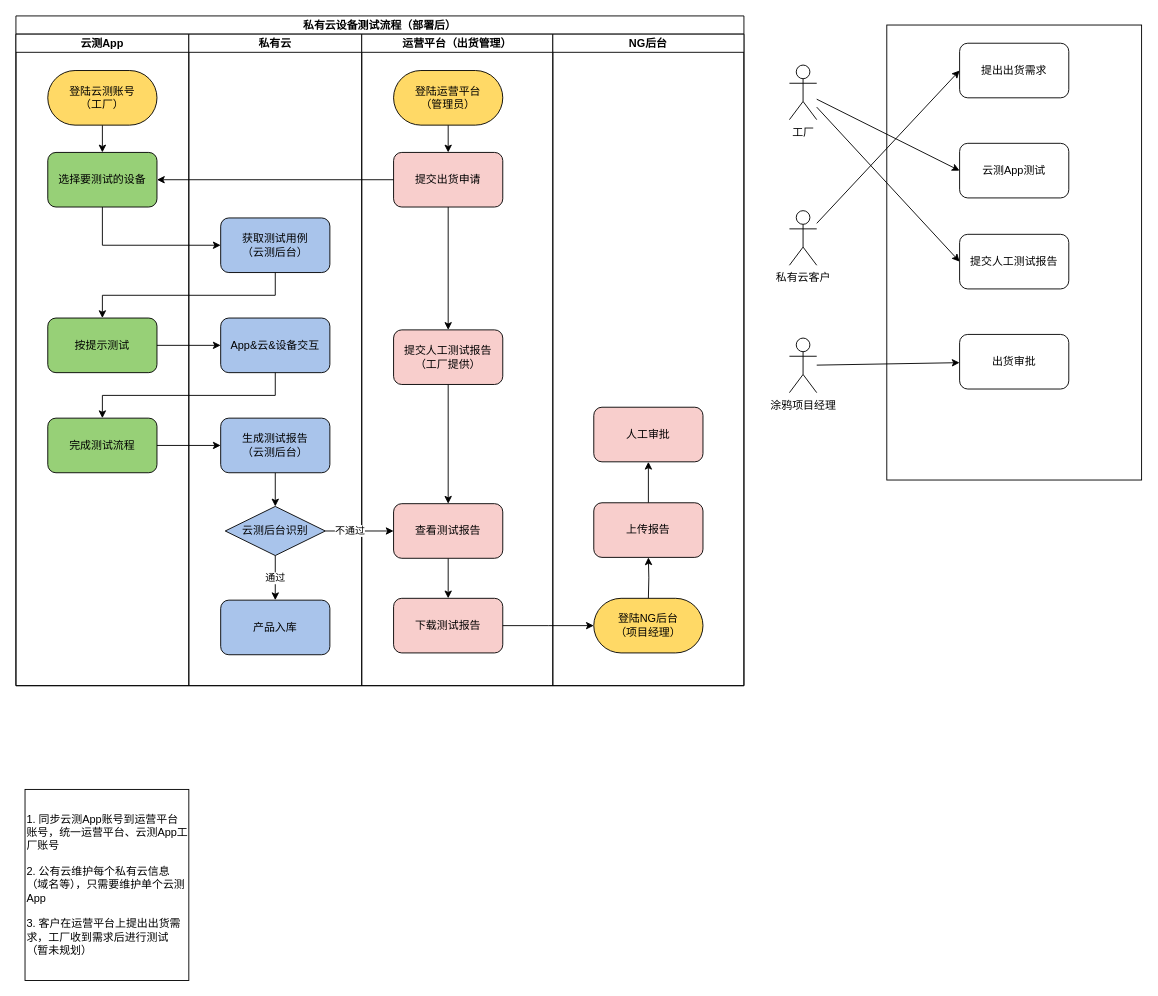
Earlier version of the draw.io diagram page "出货流程" (4 of 4) of Cube_workflow.drawio (Sidamor/drawio). Source tidied: cells renumbered, new cells numbered last; positions are measured from the earlier drawing's top-left corner, leaving out a move shared by most shapes. Both pictures are drawn from the tidied source at 91%, with x=0, y=0 at pixel (15, 15).
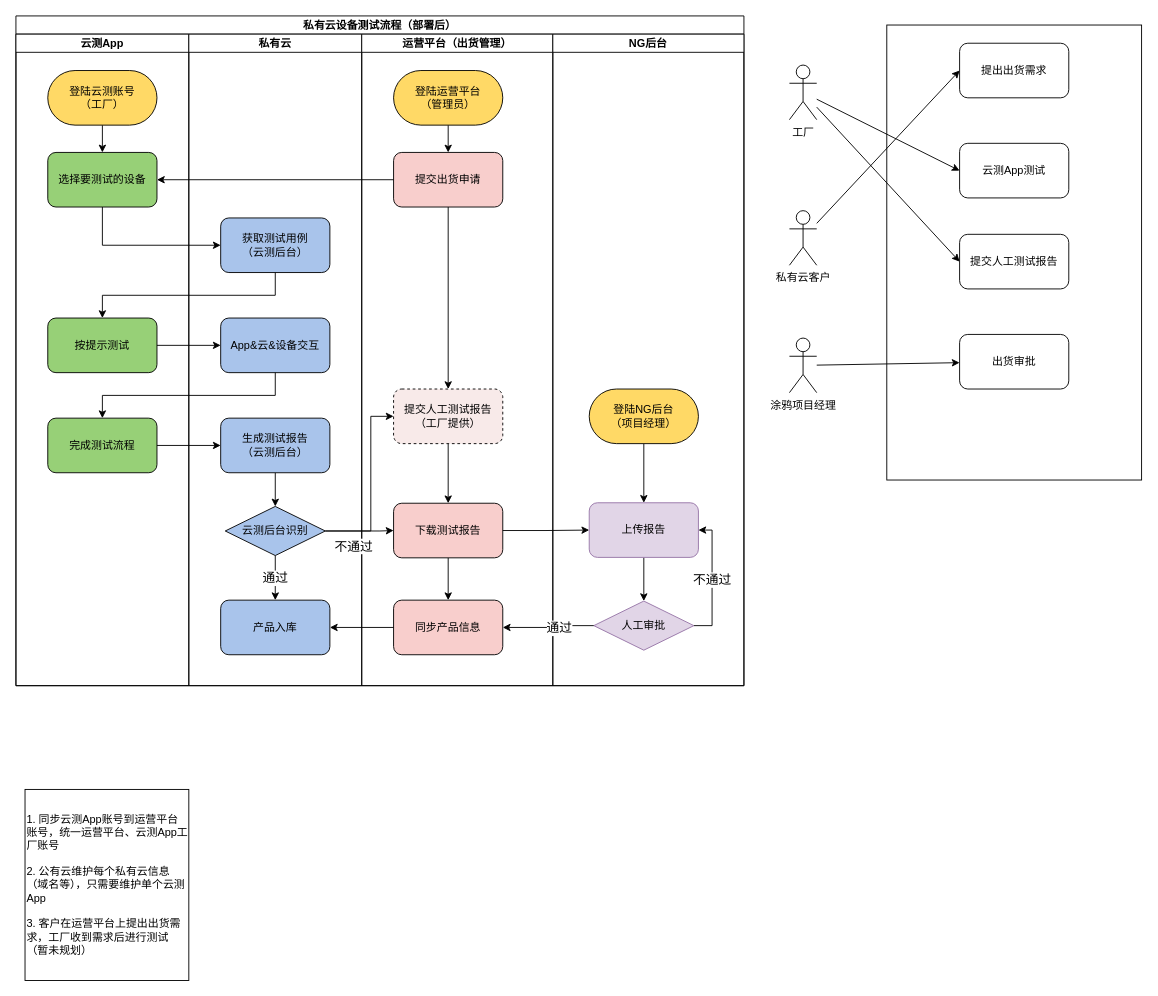
Above is the later version.

Unchanged cells that the change refers to:
```xml
<mxCell id="15" value="私有云设备测试流程（部署后）" style="swimlane;startSize=20;" parent="1" vertex="1">
  <mxGeometry width="800" height="736" as="geometry" />
</mxCell>
<mxCell id="22" value="私有云" style="swimlane;startSize=20;" parent="15" vertex="1">
  <mxGeometry x="190" y="20" width="190" height="716" as="geometry" />
</mxCell>
<mxCell id="28" value="云测后台识别" style="rhombus;whiteSpace=wrap;html=1;fillColor=#A9C4EB;" parent="22" vertex="1">
  <mxGeometry x="40" y="519" width="110" height="54" as="geometry" />
</mxCell>
<mxCell id="29" value="产品入库" style="rounded=1;whiteSpace=wrap;html=1;fillColor=#A9C4EB;" parent="22" vertex="1">
  <mxGeometry x="35" y="622" width="120" height="60" as="geometry" />
</mxCell>
<mxCell id="30" value="运营平台（出货管理）" style="swimlane;startSize=20;" parent="15" vertex="1">
  <mxGeometry x="380" y="20" width="210" height="716" as="geometry" />
</mxCell>
<mxCell id="40" value="NG后台" style="swimlane;startSize=20;" parent="15" vertex="1">
  <mxGeometry x="590" y="20" width="210" height="716" as="geometry" />
</mxCell>
```

What changed in the source:
```diff
@@
-    <mxCell id="27" value="通过" style="edgeStyle=orthogonalEdgeStyle;rounded=0;jettySize=auto;html=1;exitX=0.5;exitY=1;exitDx=0;exitDy=0;startArrow=none;startFill=0;" parent="22" edge="1" source="28" target="29">
+    <mxCell id="27" value="通过" style="edgeStyle=orthogonalEdgeStyle;rounded=0;jettySize=auto;html=1;exitX=0.5;exitY=1;exitDx=0;exitDy=0;startArrow=none;startFill=0;fontSize=14;" parent="22" edge="1" source="28" target="29">
       <mxGeometry relative="1" as="geometry" />
     </mxCell>
@@
-    <mxCell id="31" style="edgeStyle=orthogonalEdgeStyle;rounded=0;jettySize=auto;html=1;startArrow=none;startFill=0;" parent="30" edge="1" source="32" target="39">
+    <mxCell id="31" style="edgeStyle=orthogonalEdgeStyle;rounded=0;jettySize=auto;html=1;startArrow=none;startFill=0;exitX=0.5;exitY=1;exitDx=0;exitDy=0;" parent="30" edge="1" source="38" target="39">
       <mxGeometry relative="1" as="geometry" />
     </mxCell>
-    <mxCell id="32" value="查看测试报告" style="rounded=1;whiteSpace=wrap;html=1;fillColor=#F8CECC;" parent="30" vertex="1">
-      <mxGeometry x="35" y="516" width="120" height="60" as="geometry" />
-    </mxCell>
@@
-    <mxCell id="37" style="edgeStyle=orthogonalEdgeStyle;rounded=0;jettySize=auto;html=1;exitX=0.5;exitY=1;exitDx=0;exitDy=0;startArrow=none;startFill=0;" parent="30" edge="1" source="38" target="32">
-      <mxGeometry relative="1" as="geometry" />
-    </mxCell>
-    <mxCell id="38" value="提交人工测试报告&lt;br&gt;（工厂提供）" style="rounded=1;whiteSpace=wrap;html=1;fillColor=#F8CECC;" parent="30" vertex="1">
-      <mxGeometry x="35" y="325" width="120" height="60" as="geometry" />
+    <mxCell id="38" value="提交人工测试报告&lt;br&gt;（工厂提供）" style="rounded=1;whiteSpace=wrap;html=1;fillColor=#F8EAE9;dashed=1;" parent="30" vertex="1">
+      <mxGeometry x="35" y="390" width="120" height="60" as="geometry" />
     </mxCell>
+    <mxCell id="56" style="edgeStyle=orthogonalEdgeStyle;rounded=0;jettySize=auto;html=1;startArrow=none;startFill=0;" parent="30" edge="1" source="39" target="57">
+      <mxGeometry relative="1" as="geometry" />
+    </mxCell>
     <mxCell id="39" value="下载测试报告" style="rounded=1;whiteSpace=wrap;html=1;fillColor=#F8CECC;" parent="30" vertex="1">
-      <mxGeometry x="35" y="620" width="120" height="60" as="geometry" />
+      <mxGeometry x="35" y="515.5" width="120" height="60" as="geometry" />
     </mxCell>
+    <mxCell id="57" value="同步产品信息" style="rounded=1;whiteSpace=wrap;html=1;fillColor=#F8CECC;" parent="30" vertex="1">
+      <mxGeometry x="35" y="622" width="120" height="60" as="geometry" />
+    </mxCell>
@@
-    <mxCell id="41" style="edgeStyle=orthogonalEdgeStyle;rounded=0;jettySize=auto;html=1;startArrow=none;startFill=0;" parent="40" edge="1" source="42" target="44">
+    <mxCell id="41" style="edgeStyle=orthogonalEdgeStyle;rounded=0;jettySize=auto;html=1;startArrow=none;startFill=0;entryX=0.5;entryY=0;entryDx=0;entryDy=0;" parent="40" edge="1" source="42" target="44">
       <mxGeometry relative="1" as="geometry" />
     </mxCell>
-    <mxCell id="42" value="上传报告" style="rounded=1;whiteSpace=wrap;html=1;fillColor=#F8CECC;" parent="40" vertex="1">
-      <mxGeometry x="45" y="515" width="120" height="60" as="geometry" />
+    <mxCell id="42" value="上传报告" style="rounded=1;whiteSpace=wrap;html=1;fillColor=#e1d5e7;strokeColor=#9673a6;" parent="40" vertex="1">
+      <mxGeometry x="40" y="515" width="120" height="60" as="geometry" />
     </mxCell>
-    <mxCell id="43" style="edgeStyle=orthogonalEdgeStyle;rounded=0;jettySize=auto;html=1;exitX=0.5;exitY=0;exitDx=0;exitDy=0;entryX=0.5;entryY=1;entryDx=0;entryDy=0;startArrow=none;startFill=0;" parent="40" edge="1" target="42">
-      <mxGeometry relative="1" as="geometry">
-        <mxPoint x="105" y="620" as="sourcePoint" />
-      </mxGeometry>
-    </mxCell>
+    <mxCell id="58" style="edgeStyle=orthogonalEdgeStyle;rounded=0;jettySize=auto;html=1;exitX=0.5;exitY=1;exitDx=0;exitDy=0;entryX=0.5;entryY=0;entryDx=0;entryDy=0;startArrow=none;startFill=0;" parent="40" edge="1" source="45" target="42">
+      <mxGeometry relative="1" as="geometry" />
+    </mxCell>
+    <mxCell id="45" value="登陆NG后台&lt;br&gt;（项目经理）" style="rounded=1;whiteSpace=wrap;html=1;fillColor=#FFD966;arcSize=50;" parent="40" vertex="1">
+      <mxGeometry x="40" y="390" width="120" height="60" as="geometry" />
+    </mxCell>
+    <mxCell id="59" value="不通过" style="edgeStyle=orthogonalEdgeStyle;rounded=0;jettySize=auto;html=1;exitX=1;exitY=0.5;exitDx=0;exitDy=0;entryX=1;entryY=0.5;entryDx=0;entryDy=0;fontSize=14;startArrow=none;startFill=0;" parent="40" edge="1" source="44" target="42">
+      <mxGeometry relative="1" as="geometry" />
+    </mxCell>
-    <mxCell id="44" value="人工审批" style="rounded=1;whiteSpace=wrap;html=1;fillColor=#F8CECC;" parent="40" vertex="1">
-      <mxGeometry x="45" y="410" width="120" height="60" as="geometry" />
+    <mxCell id="44" value="人工审批" style="rhombus;whiteSpace=wrap;html=1;fillColor=#e1d5e7;strokeColor=#9673a6;" parent="40" vertex="1">
+      <mxGeometry x="45" y="623" width="110" height="54" as="geometry" />
     </mxCell>
-    <mxCell id="45" value="登陆NG后台&lt;br&gt;（项目经理）" style="rounded=1;whiteSpace=wrap;html=1;fillColor=#FFD966;arcSize=50;" parent="40" vertex="1">
-      <mxGeometry x="45" y="620" width="120" height="60" as="geometry" />
-    </mxCell>
@@
-    <mxCell id="52" style="edgeStyle=orthogonalEdgeStyle;rounded=0;jettySize=auto;html=1;exitX=1;exitY=0.5;exitDx=0;exitDy=0;entryX=0;entryY=0.5;entryDx=0;entryDy=0;startArrow=none;startFill=0;" parent="15" edge="1" source="28" target="32">
-      <mxGeometry relative="1" as="geometry" />
+    <mxCell id="52" style="edgeStyle=orthogonalEdgeStyle;rounded=0;jettySize=auto;html=1;exitX=1;exitY=0.5;exitDx=0;exitDy=0;entryX=0;entryY=0.5;entryDx=0;entryDy=0;startArrow=none;startFill=0;" parent="15" edge="1" source="28" target="38">
+      <mxGeometry relative="1" as="geometry">
+        <Array as="points">
+          <mxPoint x="390" y="566" />
+          <mxPoint x="390" y="440" />
+        </Array>
+      </mxGeometry>
     </mxCell>
-    <mxCell id="53" value="不通过" style="edgeLabel;html=1;align=center;verticalAlign=middle;" parent="52" vertex="1">
-      <mxGeometry x="-0.31" y="1" relative="1" as="geometry" />
+    <mxCell id="53" value="不通过" style="edgeLabel;html=1;align=center;verticalAlign=middle;fontSize=14;labelBackgroundColor=#FFFFFF;" parent="52" vertex="1">
+      <mxGeometry x="-0.31" y="1" relative="1" as="geometry">
+        <mxPoint x="-19" y="35" as="offset" />
+      </mxGeometry>
     </mxCell>
-    <mxCell id="54" style="edgeStyle=orthogonalEdgeStyle;rounded=0;jettySize=auto;html=1;exitX=1;exitY=0.5;exitDx=0;exitDy=0;entryX=0;entryY=0.5;entryDx=0;entryDy=0;startArrow=none;startFill=0;" parent="15" edge="1" source="39">
-      <mxGeometry relative="1" as="geometry">
-        <mxPoint x="635" y="670" as="targetPoint" />
-      </mxGeometry>
-    </mxCell>
+    <mxCell id="60" style="edgeStyle=orthogonalEdgeStyle;rounded=0;jettySize=auto;html=1;exitX=0;exitY=0.5;exitDx=0;exitDy=0;entryX=1;entryY=0.5;entryDx=0;entryDy=0;startArrow=none;startFill=0;" parent="15" edge="1" source="57" target="29">
+      <mxGeometry relative="1" as="geometry" />
+    </mxCell>
+    <mxCell id="61" style="edgeStyle=orthogonalEdgeStyle;rounded=0;jettySize=auto;html=1;exitX=1;exitY=0.5;exitDx=0;exitDy=0;startArrow=none;startFill=0;" parent="15" edge="1" source="39" target="42">
+      <mxGeometry relative="1" as="geometry" />
+    </mxCell>
+    <mxCell id="62" style="edgeStyle=orthogonalEdgeStyle;rounded=0;jettySize=auto;html=1;exitX=1;exitY=0.5;exitDx=0;exitDy=0;startArrow=none;startFill=0;entryX=0;entryY=0.5;entryDx=0;entryDy=0;" parent="15" edge="1" source="28" target="39">
+      <mxGeometry relative="1" as="geometry">
+        <Array as="points">
+          <mxPoint x="400" y="566" />
+          <mxPoint x="400" y="566" />
+        </Array>
+      </mxGeometry>
+    </mxCell>
+    <mxCell id="63" style="edgeStyle=orthogonalEdgeStyle;rounded=0;jettySize=auto;html=1;exitX=0;exitY=0.5;exitDx=0;exitDy=0;fontSize=14;startArrow=none;startFill=0;" parent="15" edge="1" source="44" target="57">
+      <mxGeometry relative="1" as="geometry" />
+    </mxCell>
+    <mxCell id="64" value="通过" style="edgeLabel;html=1;align=center;verticalAlign=middle;fontSize=14;" parent="63" vertex="1">
+      <mxGeometry x="-0.24" y="2" relative="1" as="geometry" />
+    </mxCell>
```
